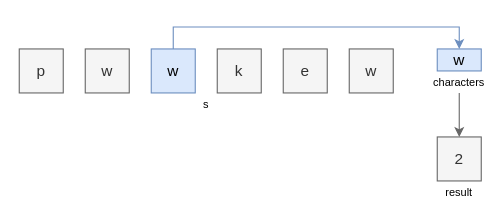
Above: page "2" (2 of 4) of problems/problem3.drawio in hanggrian/grind-leetcode (draw.io), before the change. Source tidied: cells renumbered, new cells numbered last; positions are measured from the earlier drawing's top-left corner, leaving out a move shared by most shapes. Both pictures are drawn from the tidied source at 110%, with x=0, y=0 at pixel (19, 48).
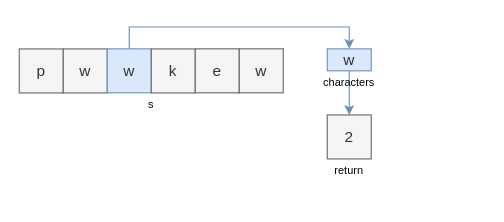
After the change.

Diff of the diagram source:
```diff
@@
 <mxGraphModel>
   <root>
     <mxCell id="0" />
     <mxCell id="1" parent="0" />
     <mxCell id="2" value="p" style="text;html=1;align=center;verticalAlign=middle;whiteSpace=wrap;rounded=0;fillColor=#f5f5f5;strokeColor=#666666;fontSize=14;fontColor=#333333;" parent="1" vertex="1">
       <mxGeometry width="40" height="40" as="geometry" />
     </mxCell>
     <mxCell id="3" value="w" style="text;html=1;align=center;verticalAlign=middle;whiteSpace=wrap;rounded=0;fillColor=#f5f5f5;strokeColor=#666666;fontSize=14;fontColor=#333333;" parent="1" vertex="1">
-      <mxGeometry x="60" width="40" height="40" as="geometry" />
+      <mxGeometry x="40" width="40" height="40" as="geometry" />
     </mxCell>
     <mxCell id="4" style="edgeStyle=orthogonalEdgeStyle;rounded=0;jettySize=auto;html=1;exitX=0.5;exitY=0;exitDx=0;exitDy=0;entryX=0.5;entryY=0;entryDx=0;entryDy=0;fillColor=#dae8fc;strokeColor=#6c8ebf;" parent="1" edge="1" source="5" target="9">
-      <mxGeometry relative="1" as="geometry" />
+      <mxGeometry relative="1" as="geometry">
+        <Array as="points">
+          <mxPoint x="100" y="-20" />
+          <mxPoint x="300" y="-20" />
+        </Array>
+      </mxGeometry>
     </mxCell>
-    <mxCell id="5" value="w" style="text;html=1;align=center;verticalAlign=middle;whiteSpace=wrap;rounded=0;fillColor=#dae8fc;strokeColor=#6c8ebf;fontSize=14;" parent="1" vertex="1">
-      <mxGeometry x="120" width="40" height="40" as="geometry" />
+    <mxCell id="5" value="w" style="text;html=1;align=center;verticalAlign=middle;whiteSpace=wrap;rounded=0;fillColor=#dae8fc;strokeColor=#6c8ebf;fontSize=14;fontColor=#333333;" parent="1" vertex="1">
+      <mxGeometry x="80" y="-0.1" width="40" height="40" as="geometry" />
     </mxCell>
     <mxCell id="6" value="k" style="text;html=1;align=center;verticalAlign=middle;whiteSpace=wrap;rounded=0;fillColor=#f5f5f5;strokeColor=#666666;fontSize=14;fontColor=#333333;" parent="1" vertex="1">
-      <mxGeometry x="180" width="40" height="40" as="geometry" />
+      <mxGeometry x="120" width="40" height="40" as="geometry" />
     </mxCell>
     <mxCell id="7" value="e" style="text;html=1;align=center;verticalAlign=middle;whiteSpace=wrap;rounded=0;fillColor=#f5f5f5;strokeColor=#666666;fontSize=14;fontColor=#333333;" parent="1" vertex="1">
-      <mxGeometry x="240" width="40" height="40" as="geometry" />
+      <mxGeometry x="160" y="-0.1" width="40" height="40" as="geometry" />
     </mxCell>
     <mxCell id="8" value="w" style="text;html=1;align=center;verticalAlign=middle;whiteSpace=wrap;rounded=0;fillColor=#f5f5f5;strokeColor=#666666;fontSize=14;fontColor=#333333;" parent="1" vertex="1">
-      <mxGeometry x="300" width="40" height="40" as="geometry" />
+      <mxGeometry x="200" y="-0.1" width="40" height="40" as="geometry" />
     </mxCell>
-    <mxCell id="9" value="w" style="text;html=1;align=center;verticalAlign=middle;whiteSpace=wrap;rounded=0;fillColor=#dae8fc;strokeColor=#6c8ebf;fontSize=14;fontStyle=0;" parent="1" vertex="1">
-      <mxGeometry x="380" width="40" height="20" as="geometry" />
+    <mxCell id="9" value="w" style="text;html=1;align=center;verticalAlign=middle;whiteSpace=wrap;rounded=0;fillColor=#dae8fc;strokeColor=#6c8ebf;fontSize=14;fontStyle=0;fontColor=#333333;" parent="1" vertex="1">
+      <mxGeometry x="280" y="-0.1" width="40" height="20" as="geometry" />
     </mxCell>
     <mxCell id="10" value="s" style="text;html=1;align=center;verticalAlign=middle;whiteSpace=wrap;rounded=0;fontSize=10;" parent="1" vertex="1">
-      <mxGeometry y="40" width="340" height="20" as="geometry" />
+      <mxGeometry y="40" width="240" height="20" as="geometry" />
     </mxCell>
-    <mxCell id="11" style="edgeStyle=orthogonalEdgeStyle;rounded=0;jettySize=auto;html=1;exitX=0.5;exitY=1;exitDx=0;exitDy=0;entryX=0.5;entryY=0;entryDx=0;entryDy=0;fillColor=#f5f5f5;strokeColor=#666666;" parent="1" edge="1" source="12" target="13">
-      <mxGeometry relative="1" as="geometry" />
+    <mxCell id="11" style="edgeStyle=orthogonalEdgeStyle;rounded=0;jettySize=auto;html=1;exitX=0.5;exitY=0;exitDx=0;exitDy=0;entryX=0.5;entryY=0;entryDx=0;entryDy=0;fillColor=#dae8fc;strokeColor=#6c8ebf;" parent="1" edge="1" source="12" target="13">
+      <mxGeometry relative="1" as="geometry">
+        <Array as="points">
+          <mxPoint x="300" y="50" />
+          <mxPoint x="300" y="50" />
+        </Array>
+      </mxGeometry>
     </mxCell>
     <mxCell id="12" value="characters" style="text;html=1;align=center;verticalAlign=middle;whiteSpace=wrap;rounded=0;fontSize=10;" parent="1" vertex="1">
-      <mxGeometry x="380" y="20" width="40" height="20" as="geometry" />
+      <mxGeometry x="280" y="19.9" width="40" height="20" as="geometry" />
     </mxCell>
     <mxCell id="13" value="2" style="text;html=1;align=center;verticalAlign=middle;whiteSpace=wrap;rounded=0;fontSize=14;fillColor=#f5f5f5;fontColor=#333333;strokeColor=#666666;" parent="1" vertex="1">
-      <mxGeometry x="380" y="80" width="40" height="40" as="geometry" />
+      <mxGeometry x="280" y="60" width="40" height="40" as="geometry" />
     </mxCell>
-    <mxCell id="14" value="result" style="text;html=1;align=center;verticalAlign=middle;whiteSpace=wrap;rounded=0;fontSize=10;" parent="1" vertex="1">
-      <mxGeometry x="380" y="120" width="40" height="20" as="geometry" />
+    <mxCell id="14" value="return" style="text;html=1;align=center;verticalAlign=middle;whiteSpace=wrap;rounded=0;fontSize=10;" parent="1" vertex="1">
+      <mxGeometry x="280" y="100" width="40" height="20" as="geometry" />
     </mxCell>
   </root>
 </mxGraphModel>
```
